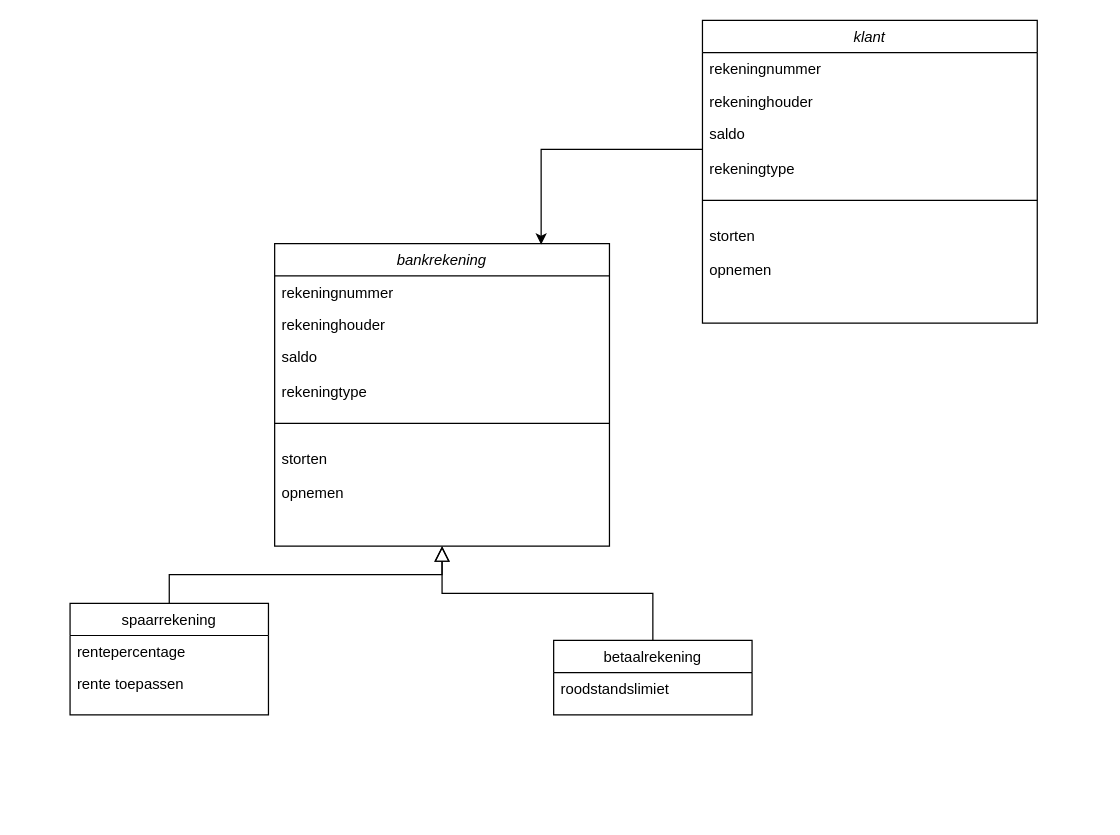
Above: Untitled Diagram.drawio in Rachelzm/Rachelzm (draw.io), before the change. Source tidied: cells renumbered, new cells numbered last; positions are measured from the earlier drawing's top-left corner, leaving out a move shared by most shapes. Both pictures are drawn from the tidied source at 124%, with x=0, y=0 at pixel (69, 20).
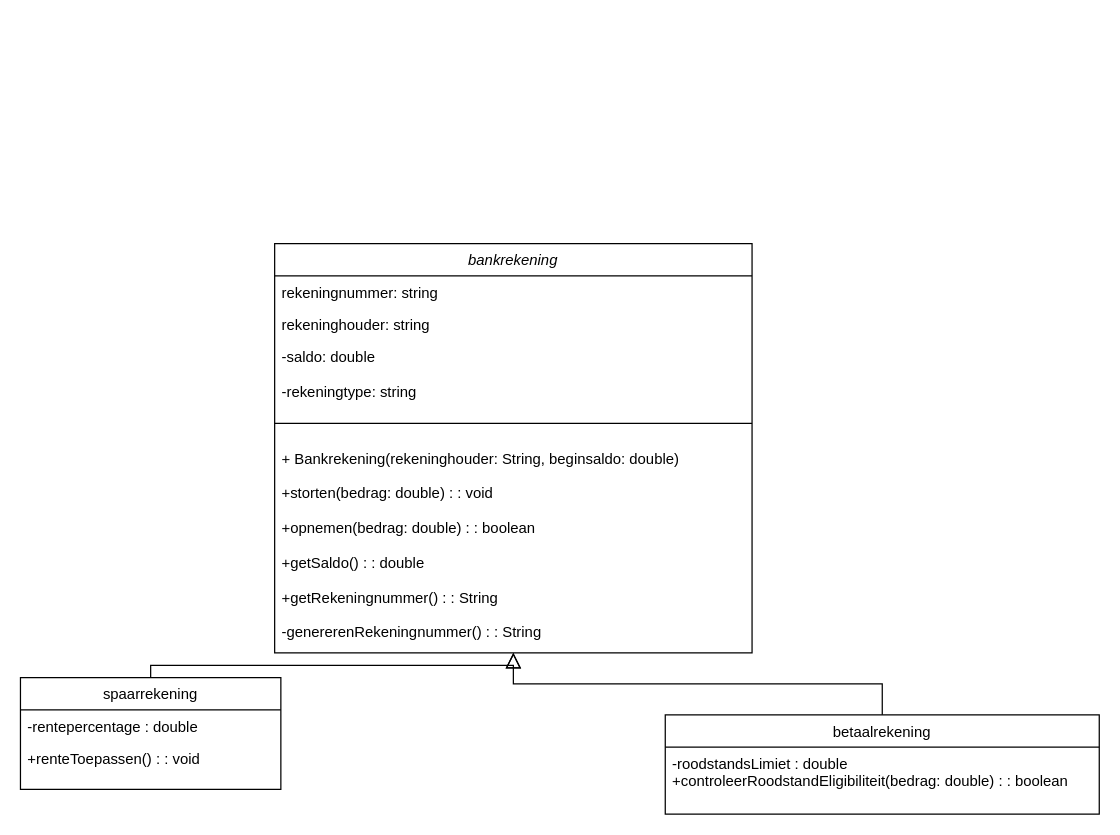
The same page after the edit.

What changed in the source:
```diff
@@
     <mxCell id="2" value="bankrekening" style="swimlane;fontStyle=2;align=center;verticalAlign=top;horizontal=1;startSize=26;rounded=0;shadow=0;strokeWidth=1;" parent="1" vertex="1">
-      <mxGeometry x="165" y="180" width="270" height="244" as="geometry" />
+      <mxGeometry x="165" y="180" width="385" height="330" as="geometry" />
     </mxCell>
-    <mxCell id="3" value="rekeningnummer" style="text;align=left;verticalAlign=top;spacingLeft=4;spacingRight=4;overflow=hidden;" parent="2" vertex="1">
-      <mxGeometry y="26" width="270" height="26" as="geometry" />
+    <mxCell id="3" value="rekeningnummer: string" style="text;align=left;verticalAlign=top;spacingLeft=4;spacingRight=4;overflow=hidden;" parent="2" vertex="1">
+      <mxGeometry y="26" width="385" height="26" as="geometry" />
     </mxCell>
-    <mxCell id="4" value="rekeninghouder" style="text;align=left;verticalAlign=top;spacingLeft=4;spacingRight=4;overflow=hidden;rounded=0;shadow=0;html=0;" parent="2" vertex="1">
-      <mxGeometry y="52" width="270" height="26" as="geometry" />
+    <mxCell id="4" value="rekeninghouder: string" style="text;align=left;verticalAlign=top;spacingLeft=4;spacingRight=4;overflow=hidden;rounded=0;shadow=0;html=0;" parent="2" vertex="1">
+      <mxGeometry y="52" width="385" height="26" as="geometry" />
     </mxCell>
-    <mxCell id="5" value="saldo&#10;&#10;rekeningtype" style="text;align=left;verticalAlign=top;spacingLeft=4;spacingRight=4;overflow=hidden;rounded=0;shadow=0;html=0;" parent="2" vertex="1">
-      <mxGeometry y="78" width="270" height="52" as="geometry" />
+    <mxCell id="5" value="-saldo: double&#10;&#10;-rekeningtype: string" style="text;align=left;verticalAlign=top;spacingLeft=4;spacingRight=4;overflow=hidden;rounded=0;shadow=0;html=0;" parent="2" vertex="1">
+      <mxGeometry y="78" width="385" height="52" as="geometry" />
     </mxCell>
     <mxCell id="6" style="line;html=1;strokeWidth=1;align=left;verticalAlign=middle;spacingTop=-1;spacingLeft=3;spacingRight=3;labelPosition=right;" parent="2" vertex="1">
-      <mxGeometry y="130" width="270" height="30" as="geometry" />
+      <mxGeometry y="130" width="385" height="30" as="geometry" />
     </mxCell>
-    <mxCell id="7" value="storten&#10;&#10;opnemen&#10;" style="text;align=left;verticalAlign=top;spacingLeft=4;spacingRight=4;overflow=hidden;" parent="2" vertex="1">
-      <mxGeometry y="160" width="270" height="50" as="geometry" />
+    <mxCell id="7" value="+ Bankrekening(rekeninghouder: String, beginsaldo: double)&#10;&#10;+storten(bedrag: double) : : void&#10;&#10;+opnemen(bedrag: double) : : boolean&#10;&#10;+getSaldo() : : double&#10;&#10;+getRekeningnummer() : : String&#10;&#10;-genererenRekeningnummer() : : String" style="text;align=left;verticalAlign=top;spacingLeft=4;spacingRight=4;overflow=hidden;" parent="2" vertex="1">
+      <mxGeometry y="160" width="385" height="170" as="geometry" />
     </mxCell>
     <mxCell id="8" value="spaarrekening" style="swimlane;fontStyle=0;align=center;verticalAlign=top;horizontal=1;startSize=26;rounded=0;shadow=0;strokeWidth=1;" parent="1" vertex="1">
-      <mxGeometry y="470" width="160" height="90" as="geometry" />
+      <mxGeometry x="-40" y="530" width="210" height="90" as="geometry" />
     </mxCell>
-    <mxCell id="9" value="rentepercentage" style="text;align=left;verticalAlign=top;spacingLeft=4;spacingRight=4;overflow=hidden;" parent="8" vertex="1">
-      <mxGeometry y="26" width="160" height="26" as="geometry" />
+    <mxCell id="9" value="-rentepercentage : double" style="text;align=left;verticalAlign=top;spacingLeft=4;spacingRight=4;overflow=hidden;" parent="8" vertex="1">
+      <mxGeometry y="26" width="210" height="26" as="geometry" />
     </mxCell>
-    <mxCell id="10" value="rente toepassen" style="text;align=left;verticalAlign=top;spacingLeft=4;spacingRight=4;overflow=hidden;rounded=0;shadow=0;html=0;" parent="8" vertex="1">
-      <mxGeometry y="52" width="160" height="26" as="geometry" />
+    <mxCell id="10" value="+renteToepassen() : : void" style="text;align=left;verticalAlign=top;spacingLeft=4;spacingRight=4;overflow=hidden;rounded=0;shadow=0;html=0;" parent="8" vertex="1">
+      <mxGeometry y="52" width="210" height="26" as="geometry" />
     </mxCell>
@@
     <mxCell id="12" value="betaalrekening" style="swimlane;fontStyle=0;align=center;verticalAlign=top;horizontal=1;startSize=26;rounded=0;shadow=0;strokeWidth=1;" parent="1" vertex="1">
-      <mxGeometry x="390" y="500" width="160" height="60" as="geometry" />
+      <mxGeometry x="480" y="560" width="350" height="80" as="geometry" />
     </mxCell>
-    <mxCell id="13" value="roodstandslimiet" style="text;align=left;verticalAlign=top;spacingLeft=4;spacingRight=4;overflow=hidden;" parent="12" vertex="1">
-      <mxGeometry y="26" width="160" height="26" as="geometry" />
+    <mxCell id="13" value="-roodstandsLimiet : double&#10;+controleerRoodstandEligibiliteit(bedrag: double) : : boolean" style="text;align=left;verticalAlign=top;spacingLeft=4;spacingRight=4;overflow=hidden;" parent="12" vertex="1">
+      <mxGeometry y="26" width="350" height="54" as="geometry" />
     </mxCell>
@@
-    <mxCell id="15" value="klant" style="swimlane;fontStyle=2;align=center;verticalAlign=top;horizontal=1;startSize=26;rounded=0;shadow=0;strokeWidth=1;" parent="1" vertex="1">
-      <mxGeometry x="510" width="270" height="244" as="geometry" />
-    </mxCell>
-    <mxCell id="16" value="rekeningnummer" style="text;align=left;verticalAlign=top;spacingLeft=4;spacingRight=4;overflow=hidden;" parent="15" vertex="1">
-      <mxGeometry y="26" width="270" height="26" as="geometry" />
-    </mxCell>
-    <mxCell id="17" value="rekeninghouder" style="text;align=left;verticalAlign=top;spacingLeft=4;spacingRight=4;overflow=hidden;rounded=0;shadow=0;html=0;" parent="15" vertex="1">
-      <mxGeometry y="52" width="270" height="26" as="geometry" />
-    </mxCell>
-    <mxCell id="18" value="saldo&#10;&#10;rekeningtype" style="text;align=left;verticalAlign=top;spacingLeft=4;spacingRight=4;overflow=hidden;points=[[0,0.5],[1,0.5]];portConstraint=eastwest;rounded=0;shadow=0;html=0;" parent="15" vertex="1">
-      <mxGeometry y="78" width="270" height="52" as="geometry" />
-    </mxCell>
-    <mxCell id="19" style="line;html=1;strokeWidth=1;align=left;verticalAlign=middle;spacingTop=-1;spacingLeft=3;spacingRight=3;labelPosition=right;" parent="15" vertex="1">
-      <mxGeometry y="130" width="270" height="30" as="geometry" />
-    </mxCell>
-    <mxCell id="20" value="storten&#10;&#10;opnemen&#10;" style="text;align=left;verticalAlign=top;spacingLeft=4;spacingRight=4;overflow=hidden;" parent="15" vertex="1">
-      <mxGeometry y="160" width="270" height="50" as="geometry" />
-    </mxCell>
-    <mxCell id="21" style="edgeStyle=orthogonalEdgeStyle;rounded=0;jettySize=auto;html=1;entryX=0.796;entryY=0.003;entryDx=0;entryDy=0;entryPerimeter=0;" parent="1" edge="1" source="18" target="2">
-      <mxGeometry relative="1" as="geometry" />
-    </mxCell>
```
